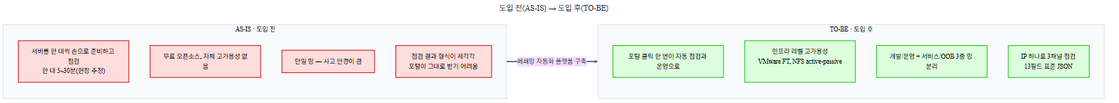
Before: SK하이닉스 인프라 자동화 플랫폼 개발/diagrams/55-before-after.png, a diagram exported from Mermaid (hshwang1994/portfolio). Its source is kept beside it as SK하이닉스 인프라 자동화 플랫폼 개발/diagrams/55-before-after.mmd.
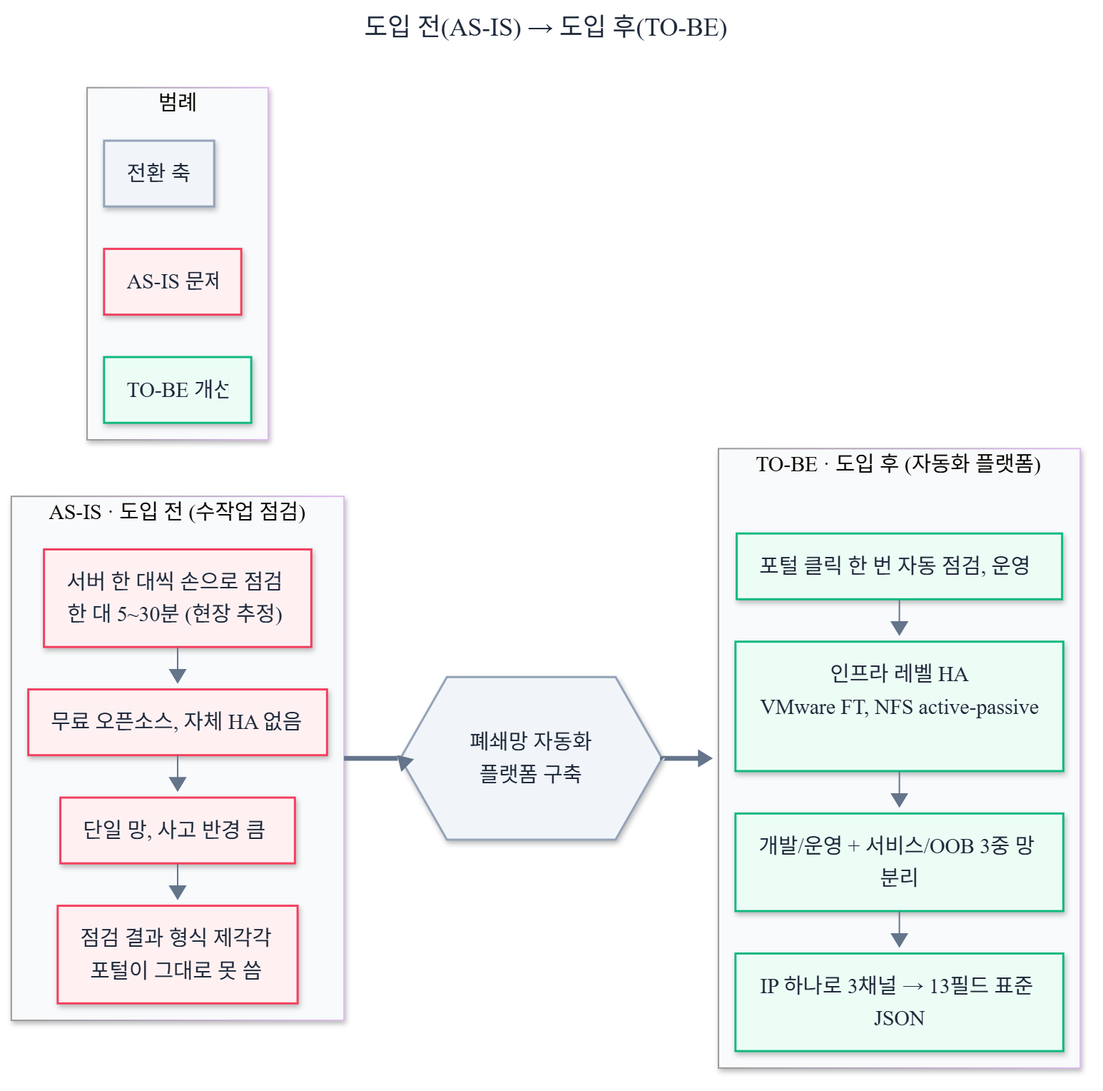
After the change.

Diff of the diagram source:
```diff
@@ -1,31 +1,48 @@
 ---
 title: 도입 전(AS-IS) → 도입 후(TO-BE)
 config:
+  layout: elk
+  look: neo
   theme: base
   themeVariables:
-    fontFamily: 'Malgun Gothic, Pretendard, Noto Sans KR, sans-serif'
+    fontFamily: 'Pretendard, Malgun Gothic, Noto Sans KR, sans-serif'
     fontSize: '15px'
     primaryTextColor: '#1E293B'
     lineColor: '#64748B'
+    edgeLabelBackground: '#FFFFFF'
     clusterBkg: '#F8FAFC'
     clusterBorder: '#CBD5E1'
 ---
 flowchart LR
-    subgraph BEFORE["AS-IS · 도입 전"]
-      direction TB
-      B1["서버를 한 대씩 손으로 준비하고 점검<br/>한 대 5~30분(현장 추정)"]:::bad
-      B2["무료 오픈소스, 자체 고가용성 없음"]:::bad
-      B3["단일 망 — 사고 반경이 큼"]:::bad
-      B4["점검 결과 형식이 제각각<br/>포털이 그대로 받기 어려움"]:::bad
-    end
-    subgraph AFTER["TO-BE · 도입 후"]
-      direction TB
-      A1["포털 클릭 한 번이 자동 점검과 운영으로"]:::good
-      A2["인프라 레벨 고가용성<br/>VMware FT, NFS active-passive"]:::good
-      A3["개발/운영 + 서비스/OOB 3중 망 분리"]:::good
-      A4["IP 하나로 3채널 점검<br/>13필드 표준 JSON"]:::good
-    end
-    BEFORE ==>|"폐쇄망 자동화 플랫폼 구축"| AFTER
+  subgraph ASIS["AS-IS · 도입 전 (수작업 점검)"]
+    direction TB
+    A1["서버 한 대씩 손으로 점검<br/>한 대 5~30분 (현장 추정)"]:::bad
+    A2["무료 오픈소스, 자체 HA 없음"]:::bad
+    A3["단일 망, 사고 반경 큼"]:::bad
+    A4["점검 결과 형식 제각각<br/>포털이 그대로 못 씀"]:::bad
+    A1 --> A2 --> A3 --> A4
+  end
 
-    classDef bad  color:#000,fill:#fdd,stroke:#c33,stroke-width:2px
-    classDef good color:#000,fill:#dfd,stroke:#3c3,stroke-width:2px
+  BRIDGE{{"폐쇄망 자동화<br/>플랫폼 구축"}}:::axis
+
+  subgraph TOBE["TO-BE · 도입 후 (자동화 플랫폼)"]
+    direction TB
+    B1["포털 클릭 한 번 자동 점검, 운영"]:::good
+    B2["인프라 레벨 HA<br/>VMware FT, NFS active-passive"]:::good
+    B3["개발/운영 + 서비스/OOB 3중 망 분리"]:::good
+    B4["IP 하나로 3채널 → 13필드 표준 JSON"]:::good
+    B1 --> B2 --> B3 --> B4
+  end
+
+  ASIS ==> BRIDGE ==> TOBE
+
+  subgraph LEGEND["범례"]
+    direction LR
+    L1["AS-IS 문제"]:::bad
+    L2["전환 축"]:::axis
+    L3["TO-BE 개선"]:::good
+  end
+
+  classDef bad fill:#FFF1F2,stroke:#F43F5E,color:#1E293B,stroke-width:1.5px
+  classDef good fill:#ECFDF5,stroke:#10B981,color:#1E293B,stroke-width:1.5px
+  classDef axis fill:#F1F5F9,stroke:#94A3B8,color:#1E293B,stroke-width:1.5px
```
